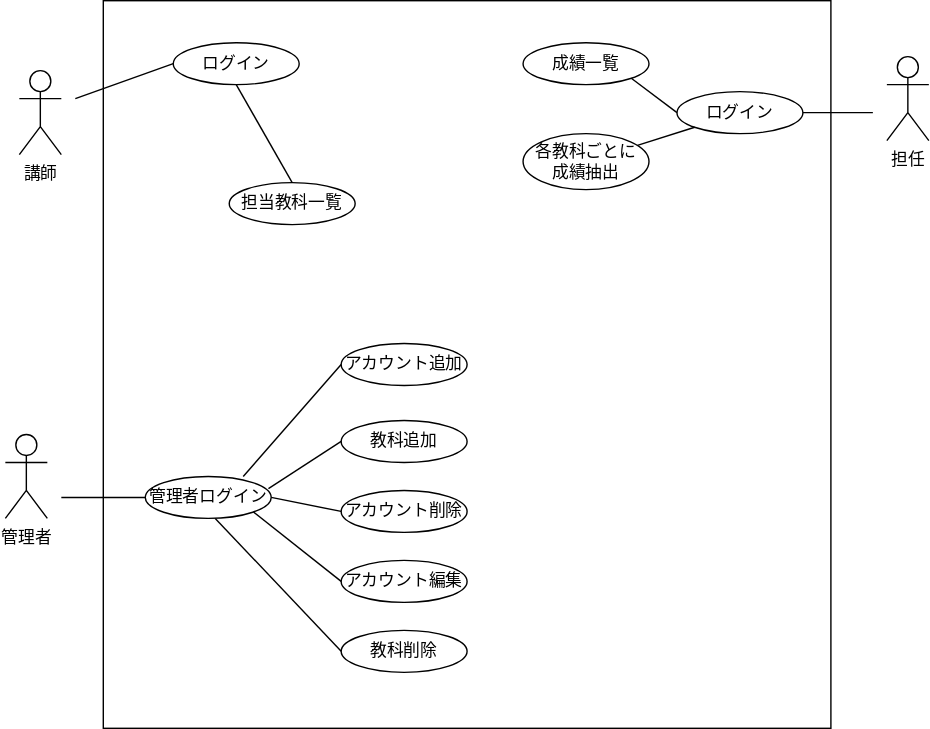
The draw.io diagram a.drawio.svg in nakamachiJP/uml-introduction, before a commit. Source tidied: cells renumbered, new cells last; positions are measured from the earlier drawing's top-left corner, leaving out a move shared by most shapes. Its diagram source:
```xml
<mxGraphModel>
  <root>
    <mxCell id="0" />
    <mxCell id="1" parent="0" />
    <mxCell id="2" value="講師" style="shape=umlActor;verticalLabelPosition=bottom;verticalAlign=top;html=1;" parent="1" vertex="1">
      <mxGeometry x="10" y="50" width="30" height="60" as="geometry" />
    </mxCell>
    <mxCell id="3" value="管理者" style="shape=umlActor;verticalLabelPosition=bottom;verticalAlign=top;html=1;" parent="1" vertex="1">
      <mxGeometry y="310" width="30" height="60" as="geometry" />
    </mxCell>
    <mxCell id="4" style="whiteSpace=wrap;html=1;" parent="1" vertex="1">
      <mxGeometry x="70" width="520" height="520" as="geometry" />
    </mxCell>
    <mxCell id="5" value="ログイン" style="ellipse;whiteSpace=wrap;html=1;" parent="1" vertex="1">
      <mxGeometry x="120" y="30" width="90" height="30" as="geometry" />
    </mxCell>
    <mxCell id="6" value="担任" style="shape=umlActor;verticalLabelPosition=bottom;verticalAlign=top;html=1;" parent="1" vertex="1">
      <mxGeometry x="630" y="40" width="30" height="60" as="geometry" />
    </mxCell>
    <mxCell id="7" value="管理者ログイン" style="ellipse;whiteSpace=wrap;html=1;" parent="1" vertex="1">
      <mxGeometry x="100" y="340" width="90" height="30" as="geometry" />
    </mxCell>
    <mxCell id="8" style="endArrow=none;html=1;entryX=0;entryY=0.5;entryDx=0;entryDy=0;" parent="1" edge="1" target="7">
      <mxGeometry relative="1" as="geometry">
        <mxPoint x="40" y="355" as="sourcePoint" />
      </mxGeometry>
    </mxCell>
    <mxCell id="9" value="アカウント追加" style="ellipse;whiteSpace=wrap;html=1;" parent="1" vertex="1">
      <mxGeometry x="240" y="245" width="90" height="30" as="geometry" />
    </mxCell>
    <mxCell id="10" value="アカウント削除" style="ellipse;whiteSpace=wrap;html=1;" parent="1" vertex="1">
      <mxGeometry x="240" y="350" width="90" height="30" as="geometry" />
    </mxCell>
    <mxCell id="11" value="アカウント編集" style="ellipse;whiteSpace=wrap;html=1;" parent="1" vertex="1">
      <mxGeometry x="240" y="400" width="90" height="30" as="geometry" />
    </mxCell>
    <mxCell id="12" value="教科追加" style="ellipse;whiteSpace=wrap;html=1;" parent="1" vertex="1">
      <mxGeometry x="240" y="300" width="90" height="30" as="geometry" />
    </mxCell>
    <mxCell id="13" value="教科削除" style="ellipse;whiteSpace=wrap;html=1;" parent="1" vertex="1">
      <mxGeometry x="240" y="450" width="90" height="30" as="geometry" />
    </mxCell>
    <mxCell id="14" value="担当教科一覧" style="ellipse;whiteSpace=wrap;html=1;" parent="1" vertex="1">
      <mxGeometry x="160" y="130" width="90" height="30" as="geometry" />
    </mxCell>
    <mxCell id="15" style="endArrow=none;html=1;entryX=0;entryY=0.5;entryDx=0;entryDy=0;" parent="1" edge="1" target="5">
      <mxGeometry relative="1" as="geometry">
        <mxPoint x="50" y="70" as="sourcePoint" />
      </mxGeometry>
    </mxCell>
    <mxCell id="16" style="endArrow=none;html=1;entryX=0.5;entryY=0;entryDx=0;entryDy=0;exitX=0.5;exitY=1;exitDx=0;exitDy=0;" parent="1" edge="1" source="5" target="14">
      <mxGeometry relative="1" as="geometry" />
    </mxCell>
    <mxCell id="17" value="ログイン" style="ellipse;whiteSpace=wrap;html=1;" parent="1" vertex="1">
      <mxGeometry x="480" y="65" width="90" height="30" as="geometry" />
    </mxCell>
    <mxCell id="18" value="成績一覧" style="ellipse;whiteSpace=wrap;html=1;" parent="1" vertex="1">
      <mxGeometry x="370" y="30" width="90" height="30" as="geometry" />
    </mxCell>
    <mxCell id="19" value="各教科ごとに&lt;br&gt;成績抽出" style="ellipse;whiteSpace=wrap;html=1;" parent="1" vertex="1">
      <mxGeometry x="370" y="95" width="90" height="40" as="geometry" />
    </mxCell>
    <mxCell id="20" style="endArrow=none;html=1;exitX=1;exitY=0.5;exitDx=0;exitDy=0;" parent="1" edge="1" source="17">
      <mxGeometry relative="1" as="geometry">
        <mxPoint x="620" y="80" as="targetPoint" />
      </mxGeometry>
    </mxCell>
    <mxCell id="21" style="endArrow=none;html=1;exitX=1;exitY=1;exitDx=0;exitDy=0;" parent="1" edge="1" source="18">
      <mxGeometry relative="1" as="geometry">
        <mxPoint x="480" y="80" as="targetPoint" />
      </mxGeometry>
    </mxCell>
    <mxCell id="22" style="endArrow=none;html=1;exitX=0;exitY=1;exitDx=0;exitDy=0;" parent="1" edge="1" source="17" target="19">
      <mxGeometry relative="1" as="geometry" />
    </mxCell>
    <mxCell id="23" style="endArrow=none;html=1;entryX=0;entryY=0.5;entryDx=0;entryDy=0;" parent="1" edge="1" target="9">
      <mxGeometry relative="1" as="geometry">
        <mxPoint x="170" y="340" as="sourcePoint" />
      </mxGeometry>
    </mxCell>
    <mxCell id="24" style="endArrow=none;html=1;entryX=0;entryY=0.5;entryDx=0;entryDy=0;exitX=0.978;exitY=0.289;exitDx=0;exitDy=0;exitPerimeter=0;" parent="1" edge="1" source="7" target="12">
      <mxGeometry relative="1" as="geometry" />
    </mxCell>
    <mxCell id="25" style="endArrow=none;html=1;entryX=0;entryY=0.5;entryDx=0;entryDy=0;exitX=1;exitY=0.5;exitDx=0;exitDy=0;" parent="1" edge="1" source="7" target="10">
      <mxGeometry relative="1" as="geometry" />
    </mxCell>
    <mxCell id="26" style="endArrow=none;html=1;entryX=0;entryY=0.5;entryDx=0;entryDy=0;exitX=1;exitY=1;exitDx=0;exitDy=0;" parent="1" edge="1" source="7" target="11">
      <mxGeometry relative="1" as="geometry" />
    </mxCell>
    <mxCell id="27" style="endArrow=none;html=1;entryX=0;entryY=0.5;entryDx=0;entryDy=0;exitX=1;exitY=0.5;exitDx=0;exitDy=0;" parent="1" edge="1" target="13">
      <mxGeometry relative="1" as="geometry">
        <mxPoint x="150" y="370" as="sourcePoint" />
      </mxGeometry>
    </mxCell>
  </root>
</mxGraphModel>
```
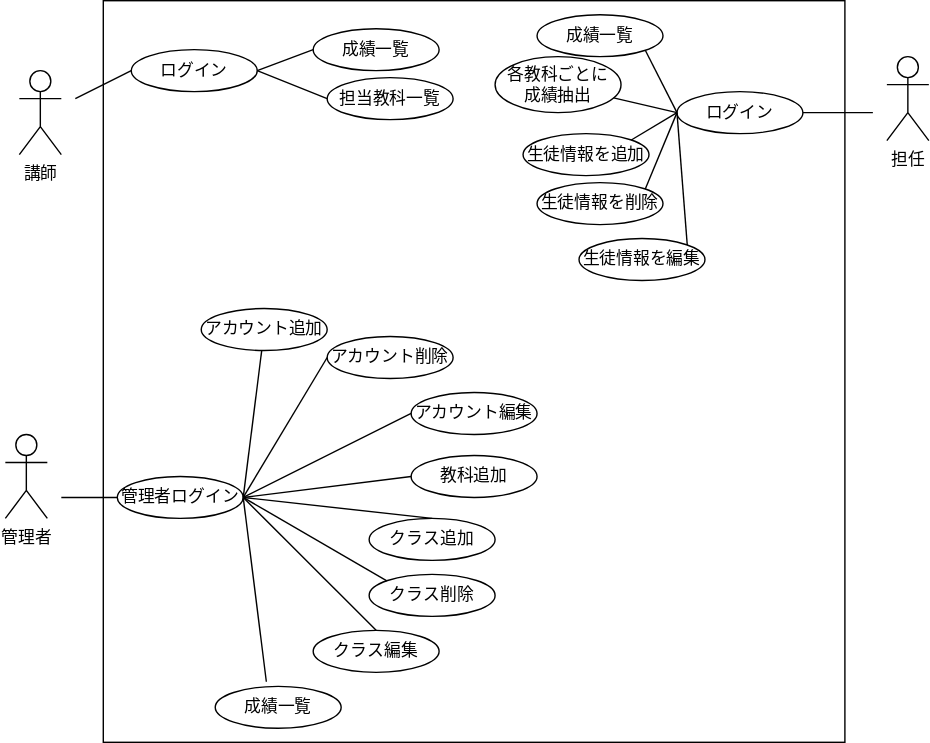
The same file after the commit.

The edit, as a diff of the source:
```diff
@@ -9,16 +9,16 @@
       <mxGeometry y="310" width="30" height="60" as="geometry" />
     </mxCell>
     <mxCell id="4" style="whiteSpace=wrap;html=1;" parent="1" vertex="1">
-      <mxGeometry x="70" width="520" height="520" as="geometry" />
+      <mxGeometry x="70" width="530" height="530" as="geometry" />
     </mxCell>
     <mxCell id="5" value="ログイン" style="ellipse;whiteSpace=wrap;html=1;" parent="1" vertex="1">
-      <mxGeometry x="120" y="30" width="90" height="30" as="geometry" />
+      <mxGeometry x="90" y="35" width="90" height="30" as="geometry" />
     </mxCell>
     <mxCell id="6" value="担任" style="shape=umlActor;verticalLabelPosition=bottom;verticalAlign=top;html=1;" parent="1" vertex="1">
       <mxGeometry x="630" y="40" width="30" height="60" as="geometry" />
     </mxCell>
     <mxCell id="7" value="管理者ログイン" style="ellipse;whiteSpace=wrap;html=1;" parent="1" vertex="1">
-      <mxGeometry x="100" y="340" width="90" height="30" as="geometry" />
+      <mxGeometry x="80" y="340" width="90" height="30" as="geometry" />
     </mxCell>
     <mxCell id="8" style="endArrow=none;html=1;entryX=0;entryY=0.5;entryDx=0;entryDy=0;" parent="1" edge="1" target="7">
       <mxGeometry relative="1" as="geometry">
@@ -26,71 +26,109 @@
       </mxGeometry>
     </mxCell>
     <mxCell id="9" value="アカウント追加" style="ellipse;whiteSpace=wrap;html=1;" parent="1" vertex="1">
-      <mxGeometry x="240" y="245" width="90" height="30" as="geometry" />
+      <mxGeometry x="140" y="220" width="90" height="30" as="geometry" />
     </mxCell>
     <mxCell id="10" value="アカウント削除" style="ellipse;whiteSpace=wrap;html=1;" parent="1" vertex="1">
-      <mxGeometry x="240" y="350" width="90" height="30" as="geometry" />
+      <mxGeometry x="230" y="240" width="90" height="30" as="geometry" />
     </mxCell>
     <mxCell id="11" value="アカウント編集" style="ellipse;whiteSpace=wrap;html=1;" parent="1" vertex="1">
-      <mxGeometry x="240" y="400" width="90" height="30" as="geometry" />
+      <mxGeometry x="290" y="280" width="90" height="30" as="geometry" />
     </mxCell>
     <mxCell id="12" value="教科追加" style="ellipse;whiteSpace=wrap;html=1;" parent="1" vertex="1">
-      <mxGeometry x="240" y="300" width="90" height="30" as="geometry" />
+      <mxGeometry x="290" y="325" width="90" height="30" as="geometry" />
     </mxCell>
-    <mxCell id="13" value="教科削除" style="ellipse;whiteSpace=wrap;html=1;" parent="1" vertex="1">
-      <mxGeometry x="240" y="450" width="90" height="30" as="geometry" />
+    <mxCell id="13" value="生徒情報を追加" style="ellipse;whiteSpace=wrap;html=1;" parent="1" vertex="1">
+      <mxGeometry x="370" y="95" width="90" height="30" as="geometry" />
     </mxCell>
     <mxCell id="14" value="担当教科一覧" style="ellipse;whiteSpace=wrap;html=1;" parent="1" vertex="1">
-      <mxGeometry x="160" y="130" width="90" height="30" as="geometry" />
+      <mxGeometry x="230" y="55" width="90" height="30" as="geometry" />
     </mxCell>
     <mxCell id="15" style="endArrow=none;html=1;entryX=0;entryY=0.5;entryDx=0;entryDy=0;" parent="1" edge="1" target="5">
       <mxGeometry relative="1" as="geometry">
         <mxPoint x="50" y="70" as="sourcePoint" />
       </mxGeometry>
     </mxCell>
-    <mxCell id="16" style="endArrow=none;html=1;entryX=0.5;entryY=0;entryDx=0;entryDy=0;exitX=0.5;exitY=1;exitDx=0;exitDy=0;" parent="1" edge="1" source="5" target="14">
+    <mxCell id="16" style="endArrow=none;html=1;entryX=0;entryY=0.5;entryDx=0;entryDy=0;exitX=1;exitY=0.5;exitDx=0;exitDy=0;" parent="1" edge="1" source="5" target="14">
       <mxGeometry relative="1" as="geometry" />
     </mxCell>
     <mxCell id="17" value="ログイン" style="ellipse;whiteSpace=wrap;html=1;" parent="1" vertex="1">
       <mxGeometry x="480" y="65" width="90" height="30" as="geometry" />
     </mxCell>
     <mxCell id="18" value="成績一覧" style="ellipse;whiteSpace=wrap;html=1;" parent="1" vertex="1">
-      <mxGeometry x="370" y="30" width="90" height="30" as="geometry" />
+      <mxGeometry x="380" y="10" width="90" height="30" as="geometry" />
     </mxCell>
     <mxCell id="19" value="各教科ごとに&lt;br&gt;成績抽出" style="ellipse;whiteSpace=wrap;html=1;" parent="1" vertex="1">
-      <mxGeometry x="370" y="95" width="90" height="40" as="geometry" />
+      <mxGeometry x="350" y="40" width="90" height="40" as="geometry" />
     </mxCell>
     <mxCell id="20" style="endArrow=none;html=1;exitX=1;exitY=0.5;exitDx=0;exitDy=0;" parent="1" edge="1" source="17">
       <mxGeometry relative="1" as="geometry">
         <mxPoint x="620" y="80" as="targetPoint" />
       </mxGeometry>
     </mxCell>
-    <mxCell id="21" style="endArrow=none;html=1;exitX=1;exitY=1;exitDx=0;exitDy=0;" parent="1" edge="1" source="18">
-      <mxGeometry relative="1" as="geometry">
-        <mxPoint x="480" y="80" as="targetPoint" />
-      </mxGeometry>
+    <mxCell id="21" style="endArrow=none;html=1;exitX=1;exitY=1;exitDx=0;exitDy=0;entryX=0;entryY=0.5;entryDx=0;entryDy=0;" parent="1" edge="1" source="18" target="17">
+      <mxGeometry relative="1" as="geometry" />
     </mxCell>
-    <mxCell id="22" style="endArrow=none;html=1;exitX=0;exitY=1;exitDx=0;exitDy=0;" parent="1" edge="1" source="17" target="19">
+    <mxCell id="22" style="endArrow=none;html=1;exitX=0;exitY=0.5;exitDx=0;exitDy=0;" parent="1" edge="1" source="17" target="19">
       <mxGeometry relative="1" as="geometry" />
     </mxCell>
-    <mxCell id="23" style="endArrow=none;html=1;entryX=0;entryY=0.5;entryDx=0;entryDy=0;" parent="1" edge="1" target="9">
-      <mxGeometry relative="1" as="geometry">
-        <mxPoint x="170" y="340" as="sourcePoint" />
-      </mxGeometry>
+    <mxCell id="23" style="endArrow=none;html=1;exitX=1;exitY=0.5;exitDx=0;exitDy=0;" parent="1" edge="1" source="7" target="9">
+      <mxGeometry relative="1" as="geometry" />
     </mxCell>
-    <mxCell id="24" style="endArrow=none;html=1;entryX=0;entryY=0.5;entryDx=0;entryDy=0;exitX=0.978;exitY=0.289;exitDx=0;exitDy=0;exitPerimeter=0;" parent="1" edge="1" source="7" target="12">
-      <mxGeometry relative="1" as="geometry" />
-    </mxCell>
     <mxCell id="25" style="endArrow=none;html=1;entryX=0;entryY=0.5;entryDx=0;entryDy=0;exitX=1;exitY=0.5;exitDx=0;exitDy=0;" parent="1" edge="1" source="7" target="10">
       <mxGeometry relative="1" as="geometry" />
     </mxCell>
-    <mxCell id="26" style="endArrow=none;html=1;entryX=0;entryY=0.5;entryDx=0;entryDy=0;exitX=1;exitY=1;exitDx=0;exitDy=0;" parent="1" edge="1" source="7" target="11">
+    <mxCell id="26" style="endArrow=none;html=1;entryX=0;entryY=0.5;entryDx=0;entryDy=0;exitX=1;exitY=0.5;exitDx=0;exitDy=0;" parent="1" edge="1" source="7" target="11">
       <mxGeometry relative="1" as="geometry" />
     </mxCell>
-    <mxCell id="27" style="endArrow=none;html=1;entryX=0;entryY=0.5;entryDx=0;entryDy=0;exitX=1;exitY=0.5;exitDx=0;exitDy=0;" parent="1" edge="1" target="13">
-      <mxGeometry relative="1" as="geometry">
-        <mxPoint x="150" y="370" as="sourcePoint" />
-      </mxGeometry>
-    </mxCell>
+    <mxCell id="28" value="生徒情報を削除" style="ellipse;whiteSpace=wrap;html=1;" parent="1" vertex="1">
+      <mxGeometry x="380" y="130" width="90" height="30" as="geometry" />
+    </mxCell>
+    <mxCell id="29" value="生徒情報を編集" style="ellipse;whiteSpace=wrap;html=1;" parent="1" vertex="1">
+      <mxGeometry x="410" y="170" width="90" height="30" as="geometry" />
+    </mxCell>
+    <mxCell id="30" value="クラス追加" style="ellipse;whiteSpace=wrap;html=1;" parent="1" vertex="1">
+      <mxGeometry x="260" y="370" width="90" height="30" as="geometry" />
+    </mxCell>
+    <mxCell id="24" style="endArrow=none;html=1;entryX=0;entryY=0.5;entryDx=0;entryDy=0;exitX=1;exitY=0.5;exitDx=0;exitDy=0;" parent="1" edge="1" source="7" target="12">
+      <mxGeometry relative="1" as="geometry" />
+    </mxCell>
+    <mxCell id="31" style="endArrow=none;html=1;entryX=0.5;entryY=0;entryDx=0;entryDy=0;exitX=1;exitY=0.5;exitDx=0;exitDy=0;" parent="1" edge="1" source="7" target="30">
+      <mxGeometry relative="1" as="geometry" />
+    </mxCell>
+    <mxCell id="32" value="クラス削除" style="ellipse;whiteSpace=wrap;html=1;" parent="1" vertex="1">
+      <mxGeometry x="260" y="410" width="90" height="30" as="geometry" />
+    </mxCell>
+    <mxCell id="33" value="クラス編集" style="ellipse;whiteSpace=wrap;html=1;" parent="1" vertex="1">
+      <mxGeometry x="220" y="450" width="90" height="30" as="geometry" />
+    </mxCell>
+    <mxCell id="34" style="endArrow=none;html=1;exitX=1;exitY=0.5;exitDx=0;exitDy=0;entryX=0;entryY=0;entryDx=0;entryDy=0;" parent="1" edge="1" source="7" target="32">
+      <mxGeometry relative="1" as="geometry" />
+    </mxCell>
+    <mxCell id="35" style="endArrow=none;html=1;exitX=1;exitY=0.5;exitDx=0;exitDy=0;entryX=0.5;entryY=0;entryDx=0;entryDy=0;" parent="1" edge="1" source="7" target="33">
+      <mxGeometry relative="1" as="geometry" />
+    </mxCell>
+    <mxCell id="36" style="endArrow=none;html=1;exitX=1;exitY=0;exitDx=0;exitDy=0;entryX=0;entryY=0.5;entryDx=0;entryDy=0;" parent="1" edge="1" source="13" target="17">
+      <mxGeometry relative="1" as="geometry" />
+    </mxCell>
+    <mxCell id="37" style="endArrow=none;html=1;exitX=1;exitY=0;exitDx=0;exitDy=0;entryX=0;entryY=0.5;entryDx=0;entryDy=0;" parent="1" edge="1" source="28" target="17">
+      <mxGeometry relative="1" as="geometry" />
+    </mxCell>
+    <mxCell id="38" style="endArrow=none;html=1;exitX=1;exitY=0;exitDx=0;exitDy=0;entryX=0;entryY=0.5;entryDx=0;entryDy=0;" parent="1" edge="1" source="29" target="17">
+      <mxGeometry relative="1" as="geometry" />
+    </mxCell>
+    <mxCell id="39" value="成績一覧" style="ellipse;whiteSpace=wrap;html=1;" parent="1" vertex="1">
+      <mxGeometry x="220" y="20" width="90" height="30" as="geometry" />
+    </mxCell>
+    <mxCell id="40" style="endArrow=none;html=1;entryX=0;entryY=0.5;entryDx=0;entryDy=0;" parent="1" edge="1" target="39">
+      <mxGeometry relative="1" as="geometry">
+        <mxPoint x="180" y="50" as="sourcePoint" />
+      </mxGeometry>
+    </mxCell>
+    <mxCell id="41" value="成績一覧" style="ellipse;whiteSpace=wrap;html=1;" parent="1" vertex="1">
+      <mxGeometry x="150" y="490" width="90" height="30" as="geometry" />
+    </mxCell>
+    <mxCell id="42" style="endArrow=none;html=1;exitX=1;exitY=0.5;exitDx=0;exitDy=0;entryX=0.406;entryY=-0.11;entryDx=0;entryDy=0;entryPerimeter=0;" parent="1" edge="1" source="7" target="41">
+      <mxGeometry relative="1" as="geometry" />
+    </mxCell>
   </root>
 </mxGraphModel>
```
